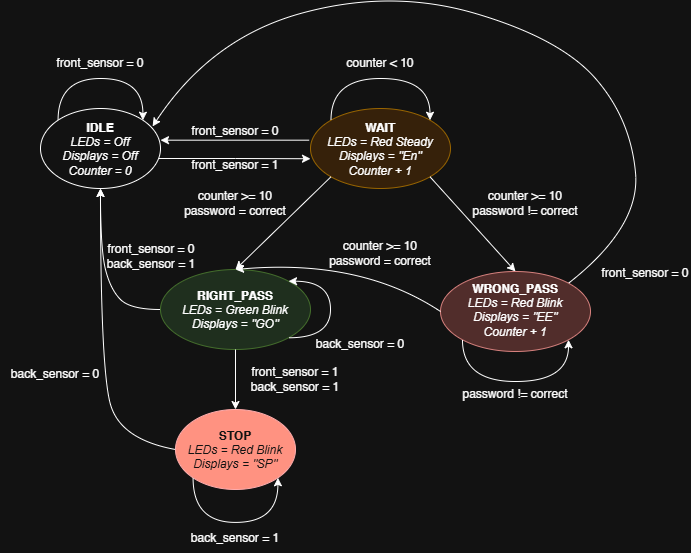
Earlier version of the draw.io export weld/ex01_car_park_1/src/State_Parking.drawio.png (philippevelha/electronics-lab-2026). Source tidied: cells renumbered, new cells last; positions are measured from the earlier drawing's top-left corner, leaving out a move shared by most shapes.
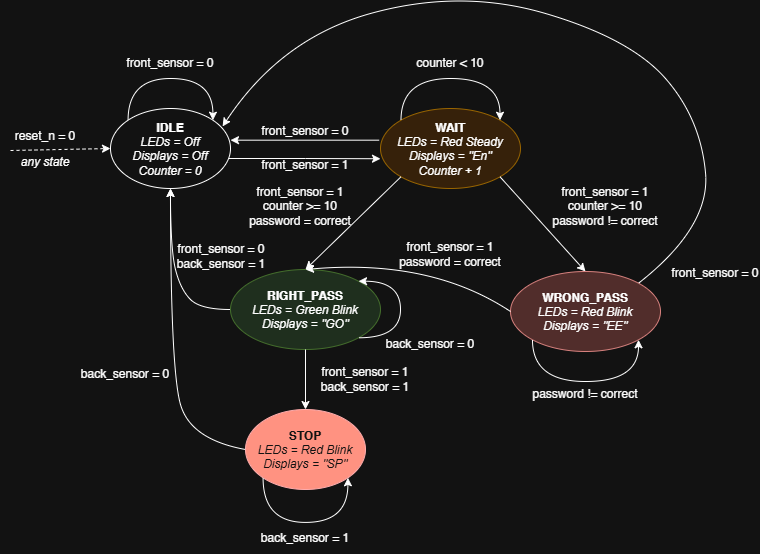
After the change.

Commit message:
[FIX] Correct state diagram + safeguards

The edit, as a diff of the source:
```diff
@@ -37,11 +37,11 @@
     <mxCell id="11" style="endArrow=classic;html=1;rounded=0;defaultLabelBackgroundColor=page;labelPadding=0 4;exitX=1;exitY=1;exitDx=0;exitDy=0;entryX=0.5;entryY=0;entryDx=0;entryDy=0;" parent="1" edge="1" source="6" target="18">
       <mxGeometry relative="1" as="geometry" />
     </mxCell>
-    <mxCell id="12" value="counter &amp;gt;= 10&lt;div&gt;password != correct&lt;/div&gt;" style="text;html=1;whiteSpace=wrap;strokeColor=none;fillColor=none;align=center;verticalAlign=middle;rounded=0;" parent="1" vertex="1">
-      <mxGeometry x="470" y="200" width="110" height="30" as="geometry" />
+    <mxCell id="12" value="&lt;div&gt;front_sensor = 1&lt;/div&gt;counter &amp;gt;= 10&lt;div&gt;password != correct&lt;/div&gt;" style="text;html=1;whiteSpace=wrap;strokeColor=none;fillColor=none;align=center;verticalAlign=middle;rounded=0;" parent="1" vertex="1">
+      <mxGeometry x="480" y="203" width="110" height="30" as="geometry" />
     </mxCell>
-    <mxCell id="13" value="counter &amp;gt;= 10&lt;div&gt;password = correct&lt;/div&gt;" style="text;html=1;whiteSpace=wrap;strokeColor=none;fillColor=none;align=center;verticalAlign=middle;rounded=0;" parent="1" vertex="1">
-      <mxGeometry x="180" y="200" width="110" height="30" as="geometry" />
+    <mxCell id="13" value="&lt;div&gt;front_sensor = 1&lt;/div&gt;counter &amp;gt;= 10&lt;div&gt;password = correct&lt;/div&gt;" style="text;html=1;whiteSpace=wrap;strokeColor=none;fillColor=none;align=center;verticalAlign=middle;rounded=0;" parent="1" vertex="1">
+      <mxGeometry x="175" y="203" width="110" height="30" as="geometry" />
     </mxCell>
     <mxCell id="14" style="edgeStyle=orthogonalEdgeStyle;rounded=0;jettySize=auto;html=1;exitX=-0.009;exitY=0.396;exitDx=0;exitDy=0;entryX=1;entryY=0.396;entryDx=0;entryDy=0;defaultLabelBackgroundColor=page;labelPadding=0 4;exitPerimeter=0;entryPerimeter=0;" parent="1" edge="1" source="6" target="3">
       <mxGeometry x="0.11" relative="1" as="geometry" />
@@ -60,7 +60,7 @@
     <mxCell id="17" value="&lt;b&gt;STOP&lt;/b&gt;&lt;br&gt;&lt;div&gt;&lt;i&gt;LEDs = Red Blink&lt;/i&gt;&lt;/div&gt;&lt;div&gt;&lt;i&gt;Displays = &quot;SP&quot;&lt;/i&gt;&lt;/div&gt;" style="ellipse;whiteSpace=wrap;html=1;shapeInside=1;fillColor=#e51400;strokeColor=#B20000;fontColor=#ffffff;" parent="1" vertex="1">
       <mxGeometry x="175" y="421" width="120" height="80" as="geometry" />
     </mxCell>
-    <mxCell id="18" value="&lt;b&gt;WRONG_PASS&lt;/b&gt;&lt;br&gt;&lt;div&gt;&lt;i&gt;LEDs = Red Blink&lt;/i&gt;&lt;/div&gt;&lt;div&gt;&lt;i&gt;Displays = &quot;EE&quot;&lt;/i&gt;&lt;/div&gt;&lt;div&gt;&lt;i&gt;Counter + 1&lt;/i&gt;&lt;/div&gt;" style="ellipse;whiteSpace=wrap;html=1;shapeInside=1;fillColor=#f8cecc;strokeColor=#b85450;" parent="1" vertex="1">
+    <mxCell id="18" value="&lt;b&gt;WRONG_PASS&lt;/b&gt;&lt;br&gt;&lt;div&gt;&lt;i&gt;LEDs = Red Blink&lt;/i&gt;&lt;/div&gt;&lt;div&gt;&lt;i&gt;Displays = &quot;EE&quot;&lt;/i&gt;&lt;/div&gt;" style="ellipse;whiteSpace=wrap;html=1;shapeInside=1;fillColor=#f8cecc;strokeColor=#b85450;" parent="1" vertex="1">
       <mxGeometry x="440" y="283" width="150" height="80" as="geometry" />
     </mxCell>
     <mxCell id="19" style="curved=1;curveGeometry=1;endArrow=classic;html=1;rounded=0;defaultLabelBackgroundColor=page;labelPadding=0 4;entryX=1;entryY=1;entryDx=0;entryDy=0;exitX=0;exitY=1;exitDx=0;exitDy=0;edgeStyle=orthogonalEdgeStyle;innerLoopWaypoints=1;" parent="1" edge="1" source="18" target="18">
@@ -132,8 +132,8 @@
         </Array>
       </mxGeometry>
     </mxCell>
-    <mxCell id="32" value="counter &amp;gt;= 10&lt;div&gt;password = correct&lt;/div&gt;" style="text;html=1;whiteSpace=wrap;strokeColor=none;fillColor=none;align=center;verticalAlign=middle;rounded=0;" parent="1" vertex="1">
-      <mxGeometry x="325" y="250" width="110" height="30" as="geometry" />
+    <mxCell id="32" value="&lt;div&gt;front_sensor = 1&lt;/div&gt;&lt;div&gt;password = correct&lt;/div&gt;" style="text;html=1;whiteSpace=wrap;strokeColor=none;fillColor=none;align=center;verticalAlign=middle;rounded=0;" parent="1" vertex="1">
+      <mxGeometry x="325" y="251" width="110" height="30" as="geometry" />
     </mxCell>
     <mxCell id="33" style="curved=1;curveGeometry=1;endArrow=classic;html=1;rounded=0;defaultLabelBackgroundColor=page;labelPadding=0 4;exitX=1;exitY=0;exitDx=0;exitDy=0;entryX=0.934;entryY=0.224;entryDx=0;entryDy=0;entryPerimeter=0;" parent="1" edge="1" source="18" target="3">
       <mxGeometry x="-0.7" relative="1" as="geometry">
@@ -149,5 +149,16 @@
     <mxCell id="34" value="front_sensor = 0" style="text;html=1;whiteSpace=wrap;strokeColor=none;fillColor=none;align=center;verticalAlign=middle;rounded=0;" parent="1" vertex="1">
       <mxGeometry x="600" y="270" width="90" height="30" as="geometry" />
     </mxCell>
+    <mxCell id="35" style="endArrow=classic;html=1;rounded=0;defaultLabelBackgroundColor=page;labelPadding=0 4;entryX=0;entryY=0.5;entryDx=0;entryDy=0;dashed=1;" parent="1" edge="1" target="3">
+      <mxGeometry relative="1" as="geometry">
+        <mxPoint x="-60" y="162" as="sourcePoint" />
+      </mxGeometry>
+    </mxCell>
+    <mxCell id="36" value="reset_n = 0" style="text;html=1;whiteSpace=wrap;strokeColor=none;fillColor=none;align=center;verticalAlign=middle;rounded=0;" parent="1" vertex="1">
+      <mxGeometry x="-70" y="133" width="90" height="30" as="geometry" />
+    </mxCell>
+    <mxCell id="37" value="&lt;i&gt;any state&lt;/i&gt;" style="text;html=1;whiteSpace=wrap;strokeColor=none;fillColor=none;align=center;verticalAlign=middle;rounded=0;" parent="1" vertex="1">
+      <mxGeometry x="-70" y="159" width="90" height="30" as="geometry" />
+    </mxCell>
   </root>
 </mxGraphModel>
```
